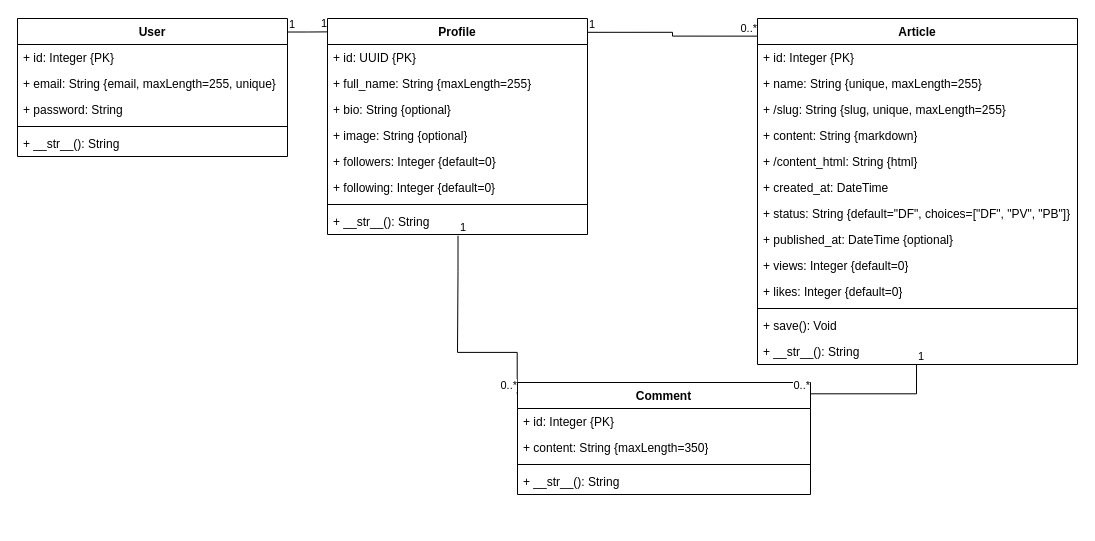
Above: data-model-blog.drawio in gomesgeovane/blog (draw.io), before the change. Source tidied: cells renumbered, new cells numbered last; positions are measured from the earlier drawing's top-left corner, leaving out a move shared by most shapes. Both pictures are drawn from the tidied source at 100%, with x=0, y=0 at pixel (17, 18).
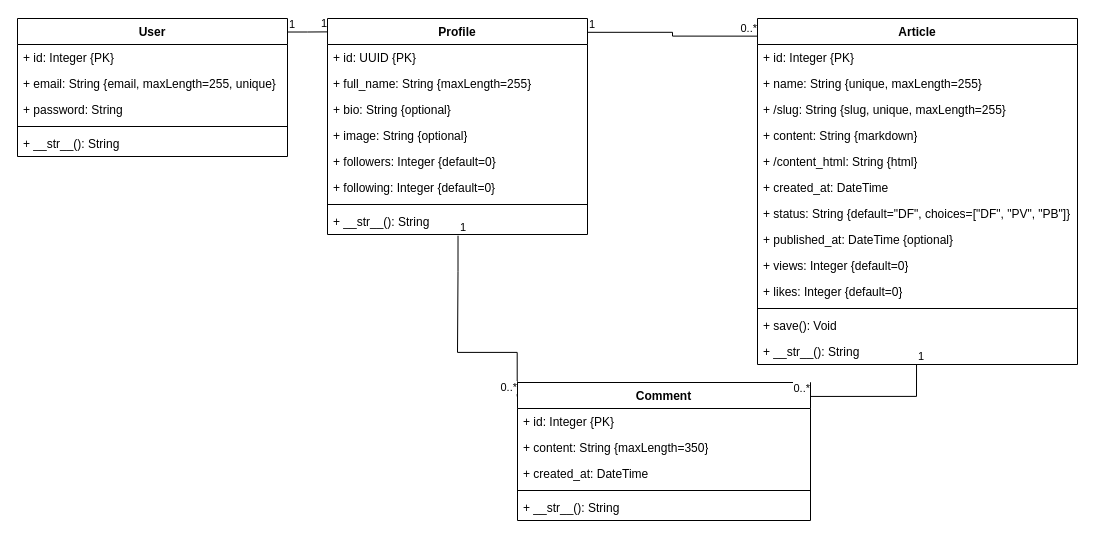
Above is the later version.

Commit message (it also covers changes not shown here):
comment model/admin created

The edit, as a diff of the source:
```diff
@@
     <mxCell id="37" value="Comment" style="swimlane;fontStyle=1;align=center;verticalAlign=top;horizontal=1;startSize=26;whiteSpace=wrap;html=1;rounded=0;" parent="1" vertex="1">
-      <mxGeometry x="500" y="364" width="293" height="112" as="geometry" />
+      <mxGeometry x="500" y="364" width="293" height="138" as="geometry" />
     </mxCell>
@@
+    <mxCell id="48" value="+ created_at: DateTime" style="text;strokeColor=none;fillColor=none;align=left;verticalAlign=top;spacingLeft=4;spacingRight=4;overflow=hidden;whiteSpace=wrap;html=1;rounded=0;" parent="37" vertex="1">
+      <mxGeometry y="78" width="293" height="26" as="geometry" />
+    </mxCell>
     <mxCell id="40" style="line;strokeWidth=1;fillColor=none;align=left;verticalAlign=middle;spacingTop=-1;spacingLeft=3;spacingRight=3;labelPosition=right;strokeColor=inherit;rounded=0;" parent="37" vertex="1">
-      <mxGeometry y="78" width="293" height="8" as="geometry" />
+      <mxGeometry y="104" width="293" height="8" as="geometry" />
     </mxCell>
     <mxCell id="41" value="+ __str__(): String" style="text;strokeColor=none;fillColor=none;align=left;verticalAlign=top;spacingLeft=4;spacingRight=4;overflow=hidden;whiteSpace=wrap;html=1;rounded=0;" parent="37" vertex="1">
-      <mxGeometry y="86" width="293" height="26" as="geometry" />
+      <mxGeometry y="112" width="293" height="26" as="geometry" />
     </mxCell>
```
